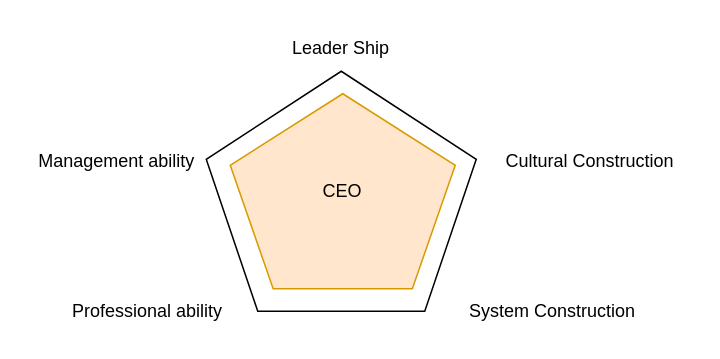
rexlin600/diagrams keeps this draw.io diagram as 技术领导力.drawio. Above is the earlier version. Source tidied: cells renumbered, new cells numbered last; positions are measured from the earlier drawing's top-left corner, leaving out a move shared by most shapes. Both pictures are drawn from the tidied source at 150%, with x=0, y=0 at pixel (26, 26).
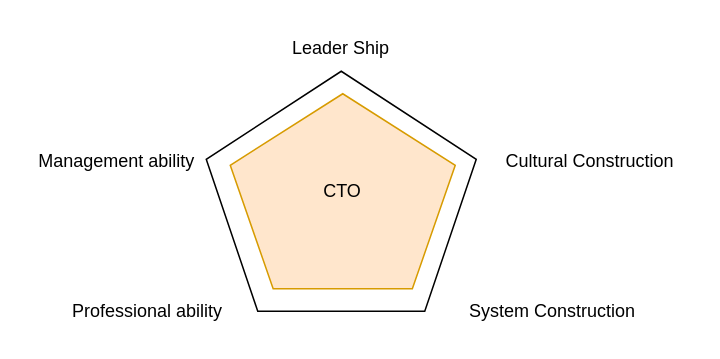
After the change.

Commit message (it also covers changes not shown here):
更新技术领导力.drawio

What changed in the source:
```diff
@@
 <mxGraphModel>
   <root>
     <mxCell id="0" />
     <mxCell id="1" parent="0" />
     <mxCell id="2" style="whiteSpace=wrap;html=1;shape=mxgraph.basic.pentagon;" parent="1" vertex="1">
       <mxGeometry x="120" y="30" width="180" height="160" as="geometry" />
     </mxCell>
     <mxCell id="3" value="Leader Ship" style="text;html=1;strokeColor=none;fillColor=none;align=center;verticalAlign=middle;whiteSpace=wrap;rounded=0;" parent="1" vertex="1">
       <mxGeometry x="172" width="76" height="30" as="geometry" />
     </mxCell>
     <mxCell id="4" value="Professional ability" style="text;html=1;strokeColor=none;fillColor=none;align=center;verticalAlign=middle;whiteSpace=wrap;rounded=0;" parent="1" vertex="1">
       <mxGeometry x="26" y="175" width="110" height="30" as="geometry" />
     </mxCell>
     <mxCell id="5" value="Cultural Construction" style="text;html=1;strokeColor=none;fillColor=none;align=center;verticalAlign=middle;whiteSpace=wrap;rounded=0;" parent="1" vertex="1">
       <mxGeometry x="306" y="75" width="140" height="30" as="geometry" />
     </mxCell>
     <mxCell id="6" value="System Construction" style="text;html=1;strokeColor=none;fillColor=none;align=center;verticalAlign=middle;whiteSpace=wrap;rounded=0;" parent="1" vertex="1">
       <mxGeometry x="286" y="175" width="130" height="30" as="geometry" />
     </mxCell>
     <mxCell id="7" value="Management ability" style="text;html=1;align=center;verticalAlign=middle;strokeColor=none;fillColor=none;" parent="1" vertex="1">
       <mxGeometry y="80" width="120" height="20" as="geometry" />
     </mxCell>
-    <mxCell id="8" value="CEO" style="whiteSpace=wrap;html=1;shape=mxgraph.basic.pentagon;fillColor=#ffe6cc;strokeColor=#d79b00;" parent="1" vertex="1">
+    <mxCell id="8" value="CTO" style="whiteSpace=wrap;html=1;shape=mxgraph.basic.pentagon;fillColor=#ffe6cc;strokeColor=#d79b00;" parent="1" vertex="1">
       <mxGeometry x="136" y="45" width="150" height="130" as="geometry" />
     </mxCell>
   </root>
 </mxGraphModel>
```
